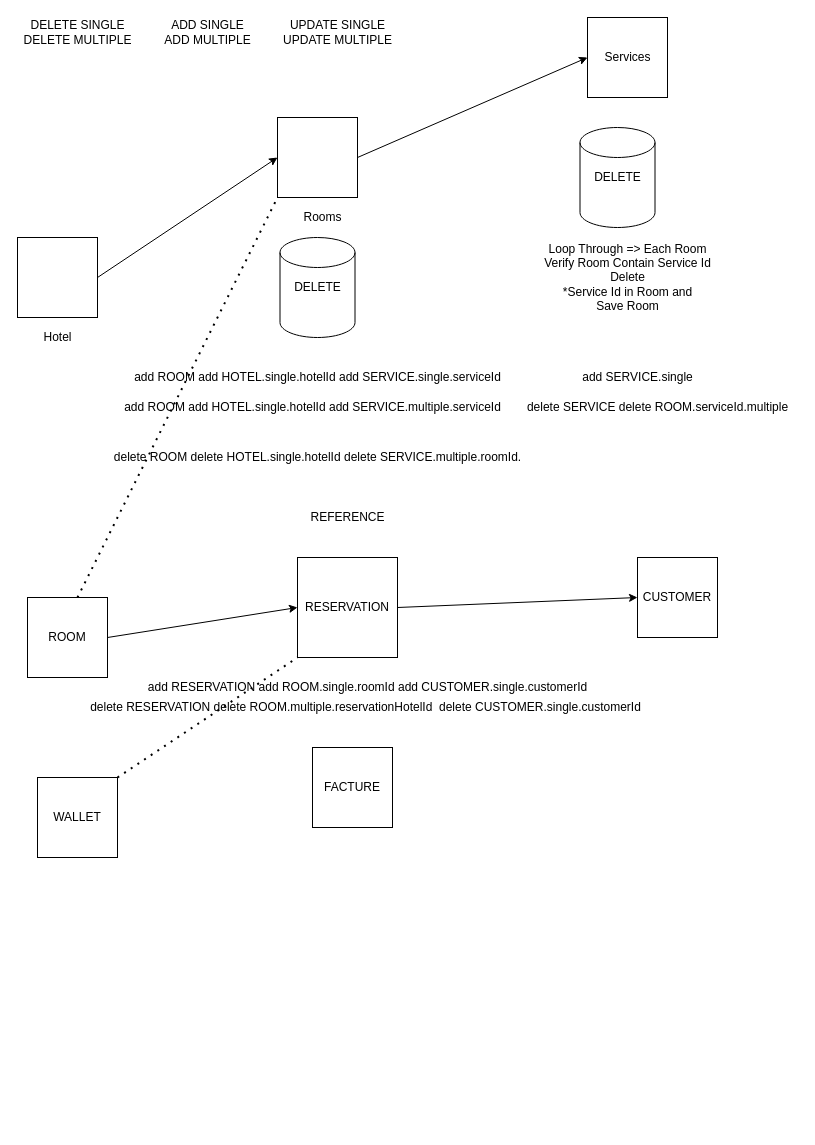
This is Untitled Diagram.drawio from appsdevers/portfolio, a draw.io file, before an edit. Source tidied: cells renumbered, new cells numbered last; positions are measured from the earlier drawing's top-left corner, leaving out a move shared by most shapes. Both pictures are drawn from the tidied source at 100%, with x=0, y=0 at pixel (17, 17).
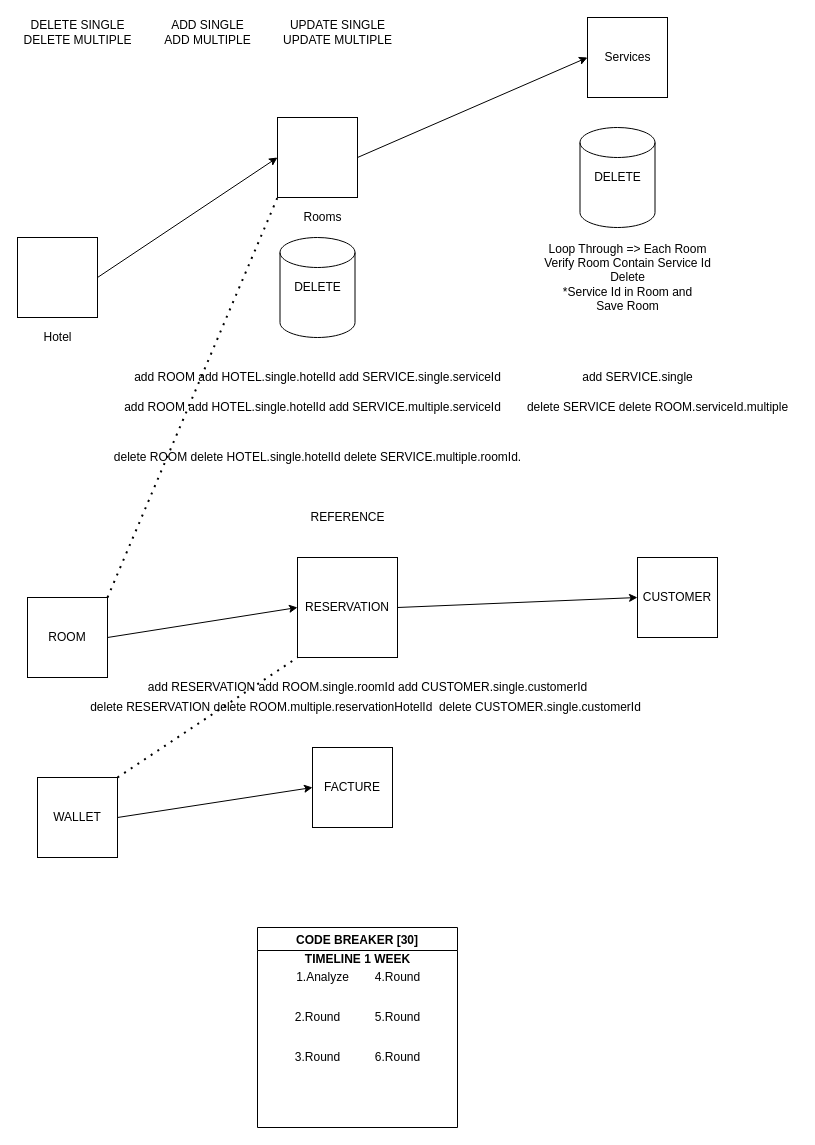
The same page after the edit.

The change refers to these unchanged cells:
```xml
<mxCell id="4" style="whiteSpace=wrap;html=1;" parent="1" vertex="1">
  <mxGeometry x="260" y="100" width="80" height="80" as="geometry" />
</mxCell>
<mxCell id="22" value="ROOM" style="whiteSpace=wrap;html=1;" parent="1" vertex="1">
  <mxGeometry x="10" y="580" width="80" height="80" as="geometry" />
</mxCell>
<mxCell id="27" value="FACTURE&lt;br&gt;" style="whiteSpace=wrap;html=1;" parent="1" vertex="1">
  <mxGeometry x="295" y="730" width="80" height="80" as="geometry" />
</mxCell>
```

What changed in the source:
```diff
@@
-    <mxCell id="33" style="endArrow=none;dashed=1;html=1;dashPattern=1 3;strokeWidth=2;rounded=0;entryX=0;entryY=1;entryDx=0;entryDy=0;" parent="1" edge="1" target="4">
-      <mxGeometry relative="1" as="geometry">
-        <mxPoint x="60" y="580" as="sourcePoint" />
-      </mxGeometry>
+    <mxCell id="33" style="endArrow=none;dashed=1;html=1;dashPattern=1 3;strokeWidth=2;rounded=0;entryX=0;entryY=1;entryDx=0;entryDy=0;exitX=1;exitY=0;exitDx=0;exitDy=0;" parent="1" edge="1" source="22" target="4">
+      <mxGeometry relative="1" as="geometry" />
     </mxCell>
@@
+    <mxCell id="35" style="endArrow=classic;html=1;rounded=0;entryX=0;entryY=0.5;entryDx=0;entryDy=0;" parent="1" edge="1" target="27">
+      <mxGeometry relative="1" as="geometry">
+        <mxPoint x="100" y="800" as="sourcePoint" />
+      </mxGeometry>
+    </mxCell>
+    <mxCell id="36" value="CODE BREAKER [30]" style="swimlane;" parent="1" vertex="1">
+      <mxGeometry x="240" y="910" width="200" height="200" as="geometry" />
+    </mxCell>
+    <mxCell id="37" value="2.Round" style="text;html=1;align=center;verticalAlign=middle;strokeColor=none;fillColor=none;" parent="36" vertex="1">
+      <mxGeometry x="30" y="80" width="60" height="20" as="geometry" />
+    </mxCell>
+    <mxCell id="38" value="1.Analyze" style="text;html=1;align=center;verticalAlign=middle;strokeColor=none;fillColor=none;" parent="36" vertex="1">
+      <mxGeometry x="30" y="40" width="70" height="20" as="geometry" />
+    </mxCell>
+    <mxCell id="39" value="4.Round" style="text;html=1;align=center;verticalAlign=middle;strokeColor=none;fillColor=none;" parent="36" vertex="1">
+      <mxGeometry x="110" y="40" width="60" height="20" as="geometry" />
+    </mxCell>
+    <mxCell id="40" value="5.Round" style="text;html=1;align=center;verticalAlign=middle;strokeColor=none;fillColor=none;" parent="36" vertex="1">
+      <mxGeometry x="110" y="80" width="60" height="20" as="geometry" />
+    </mxCell>
+    <mxCell id="41" value="3.Round" style="text;html=1;align=center;verticalAlign=middle;strokeColor=none;fillColor=none;" parent="36" vertex="1">
+      <mxGeometry x="30" y="120" width="60" height="20" as="geometry" />
+    </mxCell>
+    <mxCell id="42" value="6.Round" style="text;html=1;align=center;verticalAlign=middle;strokeColor=none;fillColor=none;" parent="36" vertex="1">
+      <mxGeometry x="110" y="120" width="60" height="20" as="geometry" />
+    </mxCell>
+    <mxCell id="43" value="&lt;b&gt;TIMELINE 1 WEEK&lt;/b&gt;" style="text;html=1;align=center;verticalAlign=middle;strokeColor=none;fillColor=none;" parent="36" vertex="1">
+      <mxGeometry x="40" y="22" width="120" height="20" as="geometry" />
+    </mxCell>
```
